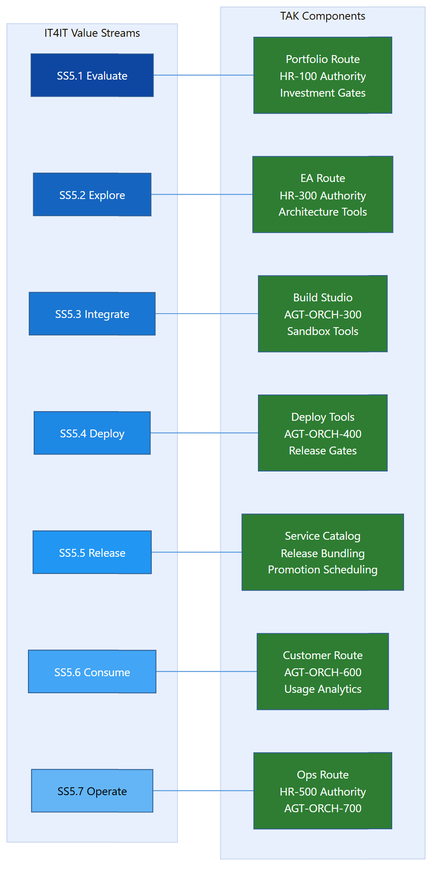
The Mermaid diagram docs/architecture/tak-diagrams/png/09-it4it-mapping.png in OpenDigitalProductFactory/opendigitalproductfactory, before a commit. Its source is kept beside it as docs/architecture/tak-diagrams/09-it4it-mapping.mmd.
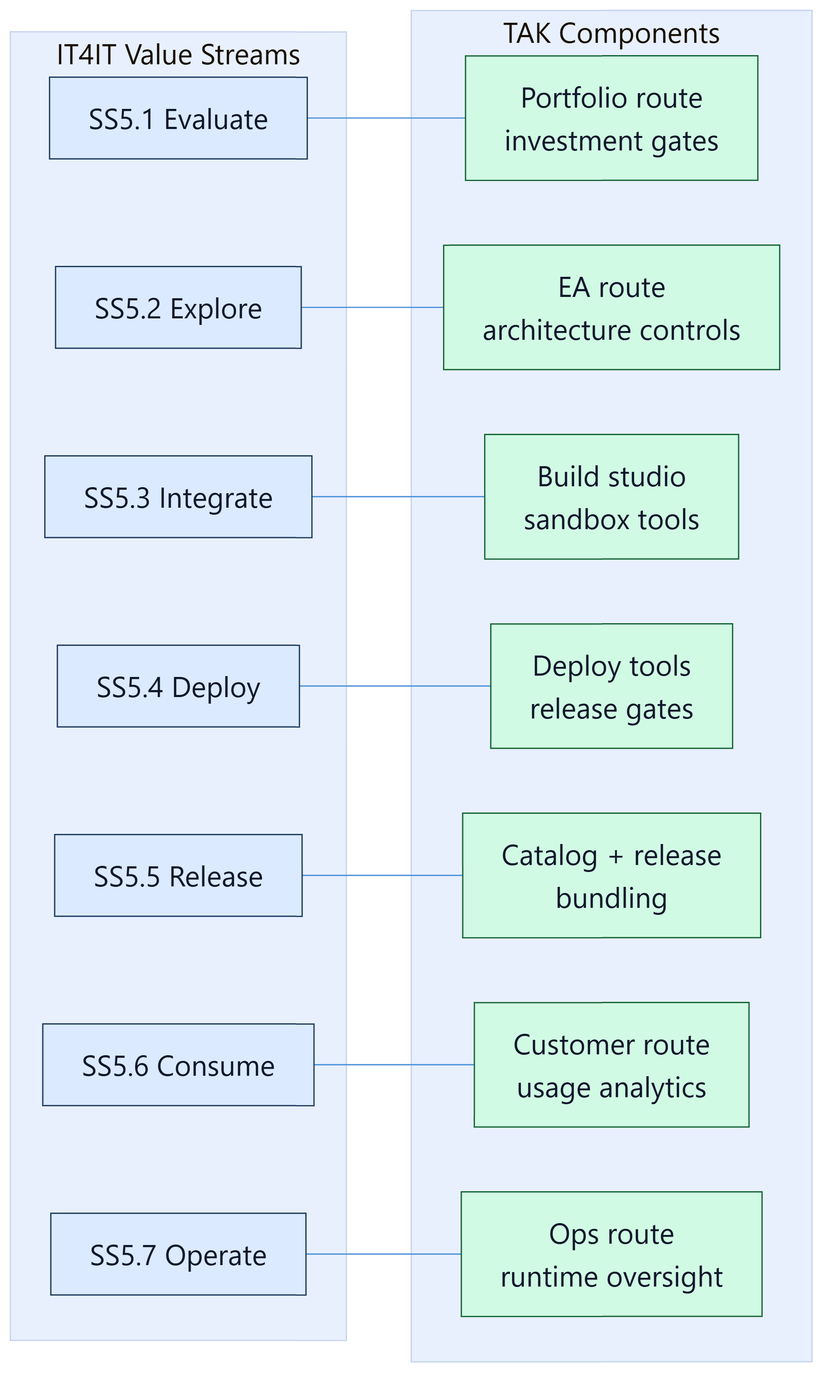
The same diagram one commit later.

The edit, as a diff of the source:
```diff
@@ -1,5 +1,6 @@
 flowchart LR
     subgraph VS["IT4IT Value Streams"]
+        direction TB
         E1["SS5.1 Evaluate"]
         E2["SS5.2 Explore"]
         I["SS5.3 Integrate"]
@@ -10,13 +11,14 @@
     end
 
     subgraph TAK_COMP["TAK Components"]
-        T1["Portfolio Route\nHR-100 Authority\nInvestment Gates"]
-        T2["EA Route\nHR-300 Authority\nArchitecture Tools"]
-        T3["Build Studio\nAGT-ORCH-300\nSandbox Tools"]
-        T4["Deploy Tools\nAGT-ORCH-400\nRelease Gates"]
-        T5["Service Catalog\nRelease Bundling\nPromotion Scheduling"]
-        T6["Customer Route\nAGT-ORCH-600\nUsage Analytics"]
-        T7["Ops Route\nHR-500 Authority\nAGT-ORCH-700"]
+        direction TB
+        T1["Portfolio route\ninvestment gates"]
+        T2["EA route\narchitecture controls"]
+        T3["Build studio\nsandbox tools"]
+        T4["Deploy tools\nrelease gates"]
+        T5["Catalog + release\nbundling"]
+        T6["Customer route\nusage analytics"]
+        T7["Ops route\nruntime oversight"]
     end
 
     E1 --- T1
@@ -27,17 +29,17 @@
     C --- T6
     O --- T7
 
-    style E1 fill:#0d47a1,color:#fff
-    style E2 fill:#1565c0,color:#fff
-    style I fill:#1976d2,color:#fff
-    style D fill:#1e88e5,color:#fff
-    style R fill:#2196f3,color:#fff
-    style C fill:#42a5f5,color:#fff
-    style O fill:#64b5f6,color:#000
-    style T1 fill:#2e7d32,color:#fff
-    style T2 fill:#2e7d32,color:#fff
-    style T3 fill:#2e7d32,color:#fff
-    style T4 fill:#2e7d32,color:#fff
-    style T5 fill:#2e7d32,color:#fff
-    style T6 fill:#2e7d32,color:#fff
-    style T7 fill:#2e7d32,color:#fff
+    style E1 fill:#dbeafe,stroke:#1e3a5f,color:#0f172a
+    style E2 fill:#dbeafe,stroke:#1e3a5f,color:#0f172a
+    style I fill:#dbeafe,stroke:#1e3a5f,color:#0f172a
+    style D fill:#dbeafe,stroke:#1e3a5f,color:#0f172a
+    style R fill:#dbeafe,stroke:#1e3a5f,color:#0f172a
+    style C fill:#dbeafe,stroke:#1e3a5f,color:#0f172a
+    style O fill:#dbeafe,stroke:#1e3a5f,color:#0f172a
+    style T1 fill:#d1fae5,stroke:#166534,color:#0f172a
+    style T2 fill:#d1fae5,stroke:#166534,color:#0f172a
+    style T3 fill:#d1fae5,stroke:#166534,color:#0f172a
+    style T4 fill:#d1fae5,stroke:#166534,color:#0f172a
+    style T5 fill:#d1fae5,stroke:#166534,color:#0f172a
+    style T6 fill:#d1fae5,stroke:#166534,color:#0f172a
+    style T7 fill:#d1fae5,stroke:#166534,color:#0f172a
```
